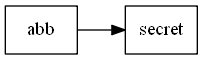
This is RepPreorden.png from loumisha96/EDD_1S2020_PY1_201602935, a Graphviz export, as it was before one commit. Its source is kept beside it as RepPreorden.dot.
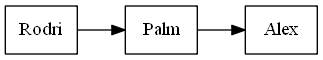
After the commit.

Diff of the diagram source:
```diff
@@ -1,4 +1,4 @@
 digraph G{
 rankdir = LR;
 node [shape= record];
-abb->secret}
+Rodri->Palm->Alex}
```
